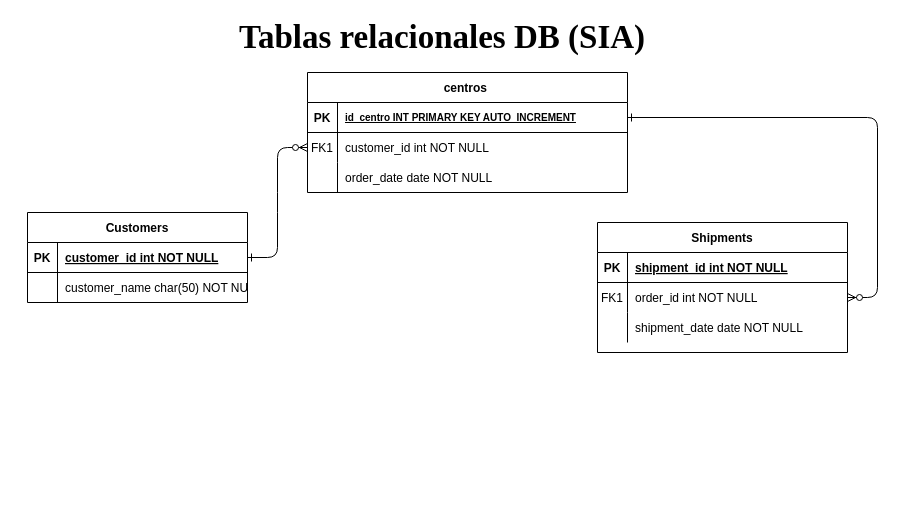
Above: digramas/Diagrama sin título.drawio in Andreszxc2001/Sistema-Integral-de-Asistencias-SIA- (draw.io), before the change. Source tidied: cells renumbered, new cells numbered last; positions are measured from the earlier drawing's top-left corner, leaving out a move shared by most shapes. Both pictures are drawn from the tidied source at 100%, with x=0, y=0 at pixel (17, 22).
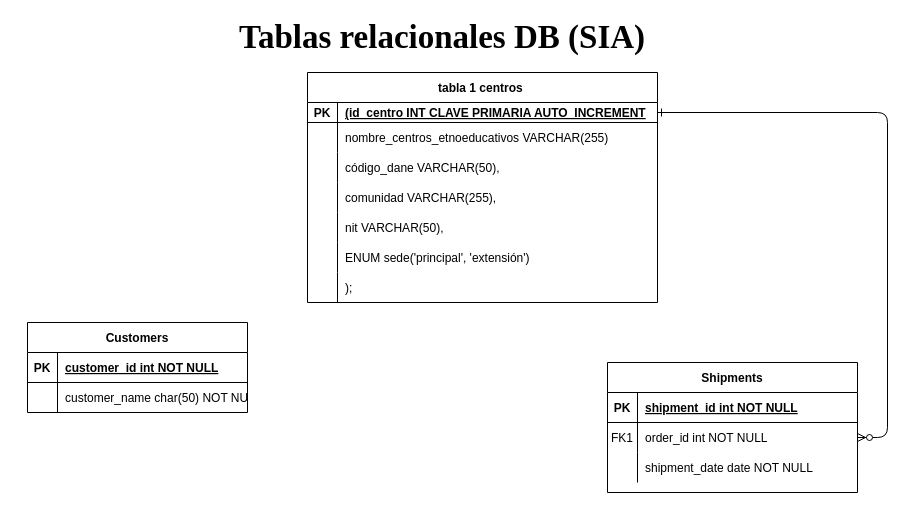
The same page after the edit.

Unchanged cells that the change refers to:
```xml
<mxCell id="25" style="shape=partialRectangle;fillColor=none;points=[[0,0.5],[1,0.5]];portConstraint=eastwest;top=0;left=0;right=0;bottom=1;" parent="24" vertex="1">
  <mxGeometry y="30" width="220" height="30" as="geometry" />
</mxCell>
```

Diff of the diagram source:
```diff
@@
-    <mxCell id="2" style="edgeStyle=entityRelationEdgeStyle;endArrow=ERzeroToMany;startArrow=ERone;endFill=1;startFill=0;" parent="1" edge="1" source="25" target="8">
-      <mxGeometry relative="1" as="geometry">
-        <Array as="points">
-          <mxPoint x="290" y="230" />
-          <mxPoint x="300" y="150" />
-        </Array>
-      </mxGeometry>
-    </mxCell>
@@
-    <mxCell id="4" value="centros " style="shape=table;startSize=30;childLayout=tableLayout;rowLines=0;fontStyle=1;align=center;" parent="1" vertex="1">
-      <mxGeometry x="290" y="50" width="320" height="120" as="geometry" />
+    <mxCell id="4" value="tabla 1 centros " style="shape=table;startSize=30;childLayout=tableLayout;rowLines=0;fontStyle=1;align=center;" parent="1" vertex="1">
+      <mxGeometry x="290" y="50" width="350" height="230" as="geometry" />
     </mxCell>
     <mxCell id="5" style="shape=partialRectangle;fillColor=none;points=[[0,0.5],[1,0.5]];portConstraint=eastwest;top=0;left=0;right=0;bottom=1;" parent="4" vertex="1">
-      <mxGeometry y="30" width="320" height="30" as="geometry" />
+      <mxGeometry y="30" width="350" height="20" as="geometry" />
     </mxCell>
     <mxCell id="6" value="PK" style="shape=partialRectangle;overflow=hidden;fillColor=none;top=0;left=0;bottom=0;right=0;fontStyle=1;" parent="5" vertex="1">
-      <mxGeometry width="30" height="30" as="geometry" />
+      <mxGeometry width="30" height="20" as="geometry" />
     </mxCell>
-    <mxCell id="7" value="id_centro INT PRIMARY KEY AUTO_INCREMENT" style="shape=partialRectangle;overflow=hidden;fillColor=none;top=0;left=0;bottom=0;right=0;align=left;spacingLeft=6;fontStyle=5;fontSize=10;" parent="5" vertex="1">
-      <mxGeometry x="30" width="290" height="30" as="geometry" />
+    <mxCell id="7" value="(id_centro INT CLAVE PRIMARIA AUTO_INCREMENT" style="shape=partialRectangle;overflow=hidden;fillColor=none;top=0;left=0;bottom=0;right=0;align=left;spacingLeft=6;fontStyle=5;fontSize=12;" parent="5" vertex="1">
+      <mxGeometry x="30" width="320" height="20" as="geometry" />
     </mxCell>
     <mxCell id="8" style="shape=partialRectangle;fillColor=none;points=[[0,0.5],[1,0.5]];portConstraint=eastwest;top=0;left=0;right=0;bottom=0;" parent="4" vertex="1">
-      <mxGeometry y="60" width="320" height="30" as="geometry" />
+      <mxGeometry y="50" width="350" height="30" as="geometry" />
     </mxCell>
-    <mxCell id="9" value="FK1" style="shape=partialRectangle;overflow=hidden;fillColor=none;top=0;left=0;bottom=0;right=0;" parent="8" vertex="1">
+    <mxCell id="9" style="shape=partialRectangle;overflow=hidden;fillColor=none;top=0;left=0;bottom=0;right=0;" parent="8" vertex="1">
       <mxGeometry width="30" height="30" as="geometry" />
     </mxCell>
-    <mxCell id="10" value="customer_id int NOT NULL" style="shape=partialRectangle;overflow=hidden;fillColor=none;top=0;left=0;bottom=0;right=0;align=left;spacingLeft=6;" parent="8" vertex="1">
-      <mxGeometry x="30" width="290" height="30" as="geometry" />
+    <mxCell id="10" value="nombre_centros_etnoeducativos VARCHAR(255)" style="shape=partialRectangle;overflow=hidden;fillColor=none;top=0;left=0;bottom=0;right=0;align=left;spacingLeft=6;" parent="8" vertex="1">
+      <mxGeometry x="30" width="320" height="30" as="geometry" />
     </mxCell>
     <mxCell id="11" style="shape=partialRectangle;fillColor=none;top=0;left=0;right=0;bottom=0;" parent="4" vertex="1">
-      <mxGeometry y="90" width="320" height="30" as="geometry" />
+      <mxGeometry y="80" width="350" height="30" as="geometry" />
     </mxCell>
@@
-    <mxCell id="13" value="order_date date NOT NULL" style="shape=partialRectangle;overflow=hidden;fillColor=none;top=0;left=0;bottom=0;right=0;align=left;spacingLeft=6;" parent="11" vertex="1">
-      <mxGeometry x="30" width="290" height="30" as="geometry" />
+    <mxCell id="13" value="código_dane VARCHAR(50)," style="shape=partialRectangle;overflow=hidden;fillColor=none;top=0;left=0;bottom=0;right=0;align=left;spacingLeft=6;" parent="11" vertex="1">
+      <mxGeometry x="30" width="320" height="30" as="geometry" />
     </mxCell>
+    <mxCell id="32" style="shape=partialRectangle;fillColor=none;top=0;left=0;right=0;bottom=0;" parent="4" vertex="1">
+      <mxGeometry y="110" width="350" height="30" as="geometry" />
+    </mxCell>
+    <mxCell id="33" style="shape=partialRectangle;overflow=hidden;fillColor=none;top=0;left=0;bottom=0;right=0;" parent="32" vertex="1">
+      <mxGeometry width="30" height="30" as="geometry" />
+    </mxCell>
+    <mxCell id="34" value="comunidad VARCHAR(255)," style="shape=partialRectangle;overflow=hidden;fillColor=none;top=0;left=0;bottom=0;right=0;align=left;spacingLeft=6;" parent="32" vertex="1">
+      <mxGeometry x="30" width="320" height="30" as="geometry" />
+    </mxCell>
+    <mxCell id="35" style="shape=partialRectangle;fillColor=none;top=0;left=0;right=0;bottom=0;" parent="4" vertex="1">
+      <mxGeometry y="140" width="350" height="30" as="geometry" />
+    </mxCell>
+    <mxCell id="36" style="shape=partialRectangle;overflow=hidden;fillColor=none;top=0;left=0;bottom=0;right=0;" parent="35" vertex="1">
+      <mxGeometry width="30" height="30" as="geometry" />
+    </mxCell>
+    <mxCell id="37" value="nit VARCHAR(50)," style="shape=partialRectangle;overflow=hidden;fillColor=none;top=0;left=0;bottom=0;right=0;align=left;spacingLeft=6;" parent="35" vertex="1">
+      <mxGeometry x="30" width="320" height="30" as="geometry" />
+    </mxCell>
+    <mxCell id="38" style="shape=partialRectangle;fillColor=none;top=0;left=0;right=0;bottom=0;" parent="4" vertex="1">
+      <mxGeometry y="170" width="350" height="30" as="geometry" />
+    </mxCell>
+    <mxCell id="39" style="shape=partialRectangle;overflow=hidden;fillColor=none;top=0;left=0;bottom=0;right=0;" parent="38" vertex="1">
+      <mxGeometry width="30" height="30" as="geometry" />
+    </mxCell>
+    <mxCell id="40" value="ENUM sede('principal', 'extensión')" style="shape=partialRectangle;overflow=hidden;fillColor=none;top=0;left=0;bottom=0;right=0;align=left;spacingLeft=6;" parent="38" vertex="1">
+      <mxGeometry x="30" width="320" height="30" as="geometry" />
+    </mxCell>
+    <mxCell id="41" style="shape=partialRectangle;fillColor=none;top=0;left=0;right=0;bottom=0;" parent="4" vertex="1">
+      <mxGeometry y="200" width="350" height="30" as="geometry" />
+    </mxCell>
+    <mxCell id="42" style="shape=partialRectangle;overflow=hidden;fillColor=none;top=0;left=0;bottom=0;right=0;" parent="41" vertex="1">
+      <mxGeometry width="30" height="30" as="geometry" />
+    </mxCell>
+    <mxCell id="43" value=");" style="shape=partialRectangle;overflow=hidden;fillColor=none;top=0;left=0;bottom=0;right=0;align=left;spacingLeft=6;" parent="41" vertex="1">
+      <mxGeometry x="30" width="320" height="30" as="geometry" />
+    </mxCell>
     <mxCell id="14" value="Shipments" style="shape=table;startSize=30;childLayout=tableLayout;rowLines=0;fontStyle=1;align=center;" parent="1" vertex="1">
-      <mxGeometry x="580" y="200" width="250" height="130" as="geometry" />
+      <mxGeometry x="590" y="340" width="250" height="130" as="geometry" />
     </mxCell>
@@
     <mxCell id="24" value="Customers" style="shape=table;startSize=30;childLayout=tableLayout;rowLines=0;fontStyle=1;align=center;rounded=0;shadow=0;" parent="1" vertex="1">
-      <mxGeometry x="10" y="190" width="220" height="90" as="geometry" />
+      <mxGeometry x="10" y="300" width="220" height="90" as="geometry" />
     </mxCell>
```
